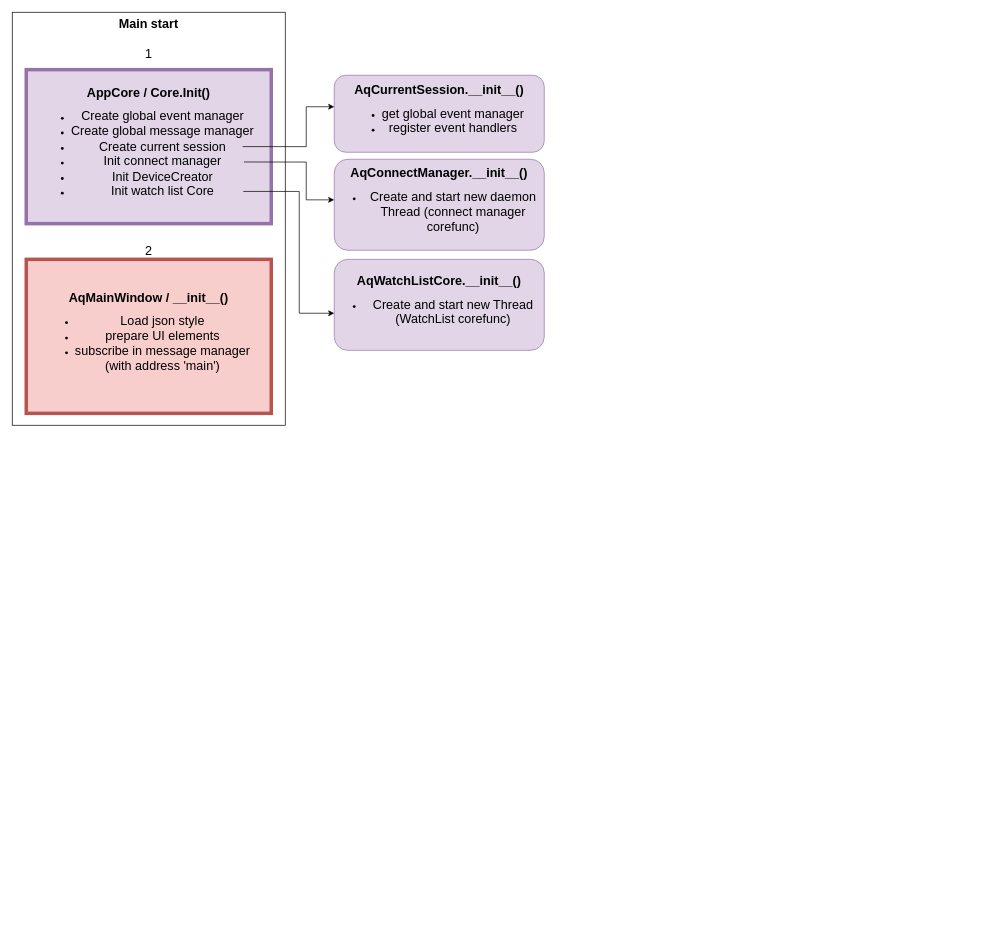
The draw.io diagram arch2.drawio in romangolovkou/AQteck_toolMAX, before the edit. Source tidied: cells renumbered, new cells numbered last; positions are measured from the earlier drawing's top-left corner, leaving out a move shared by most shapes. Both pictures are drawn from the tidied source at 70%, with x=0, y=0 at pixel (12, 12).
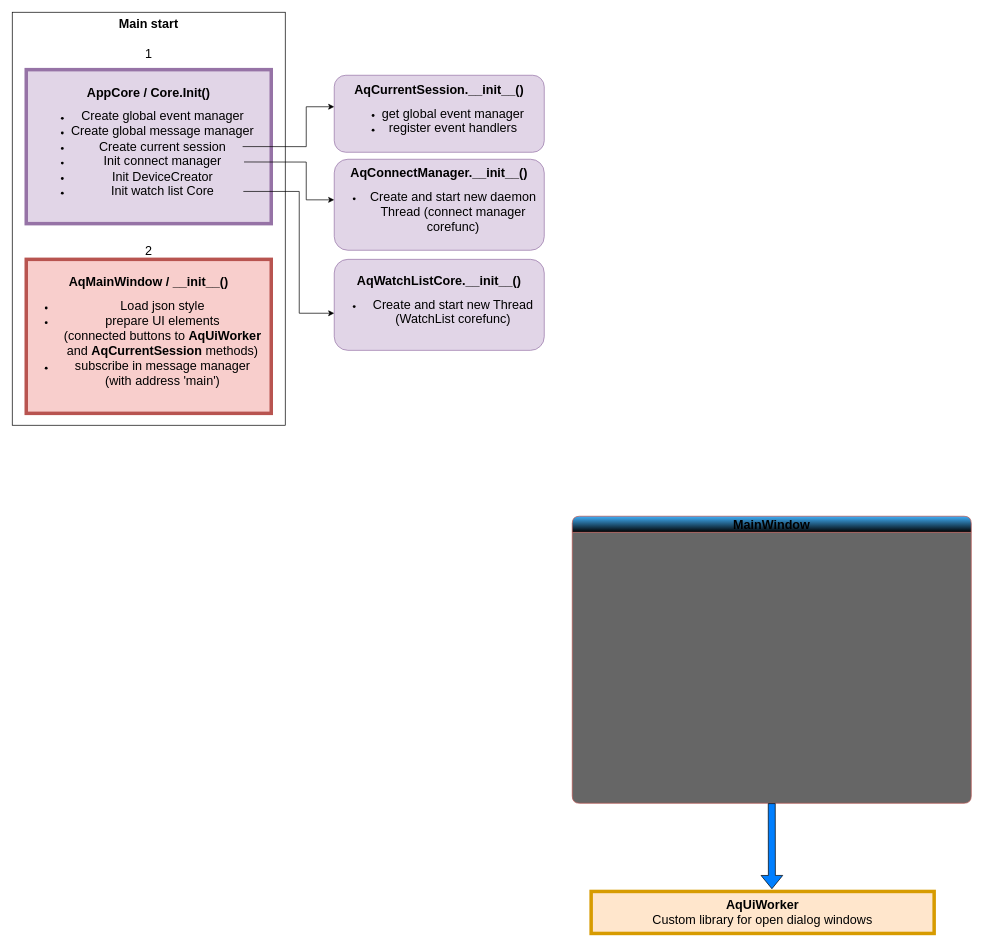
The same page after the edit.

What changed in the source:
```diff
@@
-    <mxCell id="4" value="&lt;span style=&quot;font-size: 18px;&quot;&gt;&lt;b&gt;AqMainWindow / __init__()&lt;/b&gt;&lt;/span&gt;&lt;div&gt;&lt;ul&gt;&lt;li&gt;&lt;span style=&quot;font-size: 18px;&quot;&gt;Load json style&lt;/span&gt;&lt;/li&gt;&lt;li&gt;&lt;span style=&quot;font-size: 18px;&quot;&gt;prepare UI elements&lt;/span&gt;&lt;/li&gt;&lt;li&gt;&lt;span style=&quot;font-size: 18px;&quot;&gt;subscribe in message manager&lt;br&gt;(with address 'main')&lt;/span&gt;&lt;/li&gt;&lt;/ul&gt;&lt;/div&gt;" style="rounded=0;whiteSpace=wrap;html=1;fillColor=#f8cecc;strokeColor=#b85450;strokeWidth=5;" parent="1" vertex="1">
+    <mxCell id="4" value="&lt;span style=&quot;font-size: 18px;&quot;&gt;&lt;b&gt;AqMainWindow / __init__()&lt;/b&gt;&lt;/span&gt;&lt;div&gt;&lt;ul&gt;&lt;li&gt;&lt;span style=&quot;font-size: 18px;&quot;&gt;Load json style&lt;/span&gt;&lt;/li&gt;&lt;li&gt;&lt;span style=&quot;font-size: 18px;&quot;&gt;prepare UI elements&lt;br&gt;(connected buttons to &lt;b&gt;AqUiWorker&lt;/b&gt; and &lt;b&gt;AqCurrentSession&lt;/b&gt; methods)&lt;/span&gt;&lt;/li&gt;&lt;li&gt;&lt;span style=&quot;font-size: 18px;&quot;&gt;subscribe in message manager&lt;br&gt;(with address 'main')&lt;/span&gt;&lt;/li&gt;&lt;/ul&gt;&lt;/div&gt;" style="rounded=0;whiteSpace=wrap;html=1;fillColor=#f8cecc;strokeColor=#b85450;strokeWidth=5;" parent="1" vertex="1">
       <mxGeometry x="20" y="353" width="350" height="220" as="geometry" />
     </mxCell>
@@
+    <mxCell id="11" value="&lt;font style=&quot;font-size: 18px;&quot;&gt;&lt;b&gt;AqUiWorker&lt;/b&gt;&lt;/font&gt;&lt;div&gt;&lt;font style=&quot;font-size: 18px;&quot;&gt;Custom library for open dialog windows&lt;/font&gt;&lt;/div&gt;" style="rounded=0;whiteSpace=wrap;html=1;fillColor=#ffe6cc;strokeColor=#d79b00;strokeWidth=5;" parent="1" vertex="1">
+      <mxGeometry x="827" y="1256" width="490" height="60" as="geometry" />
+    </mxCell>
+    <mxCell id="12" value="&lt;font style=&quot;font-size: 18px;&quot;&gt;MainWindow&lt;/font&gt;" style="swimlane;whiteSpace=wrap;html=1;rounded=1;fillColor=#40AFF8;strokeColor=#b85450;swimlaneFillColor=#666666;gradientColor=default;" parent="1" vertex="1">
+      <mxGeometry x="800" y="720" width="570" height="410" as="geometry" />
+    </mxCell>
+    <mxCell id="13" style="shape=flexArrow;endArrow=classic;html=1;rounded=0;exitX=0.5;exitY=1;exitDx=0;exitDy=0;entryX=0.527;entryY=-0.056;entryDx=0;entryDy=0;entryPerimeter=0;fillColor=#007FFF;" parent="1" edge="1" source="12" target="11">
+      <mxGeometry relative="1" as="geometry" />
+    </mxCell>
```
